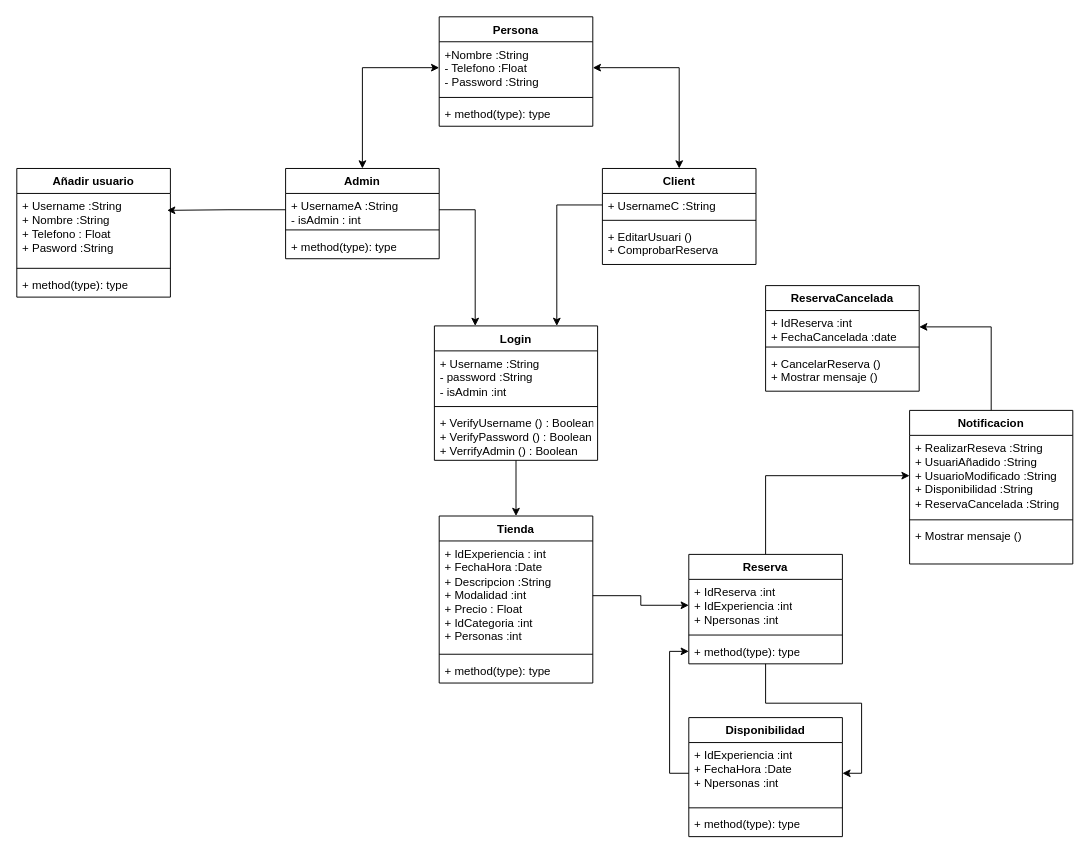
joam6/Sailing_XaJo keeps this draw.io diagram as Diagramas/UML_XaJo.drawio. Above is the earlier version. Source tidied: cells renumbered, new cells numbered last; positions are measured from the earlier drawing's top-left corner, leaving out a move shared by most shapes. Both pictures are drawn from the tidied source at 96%, with x=0, y=0 at pixel (16, 16).
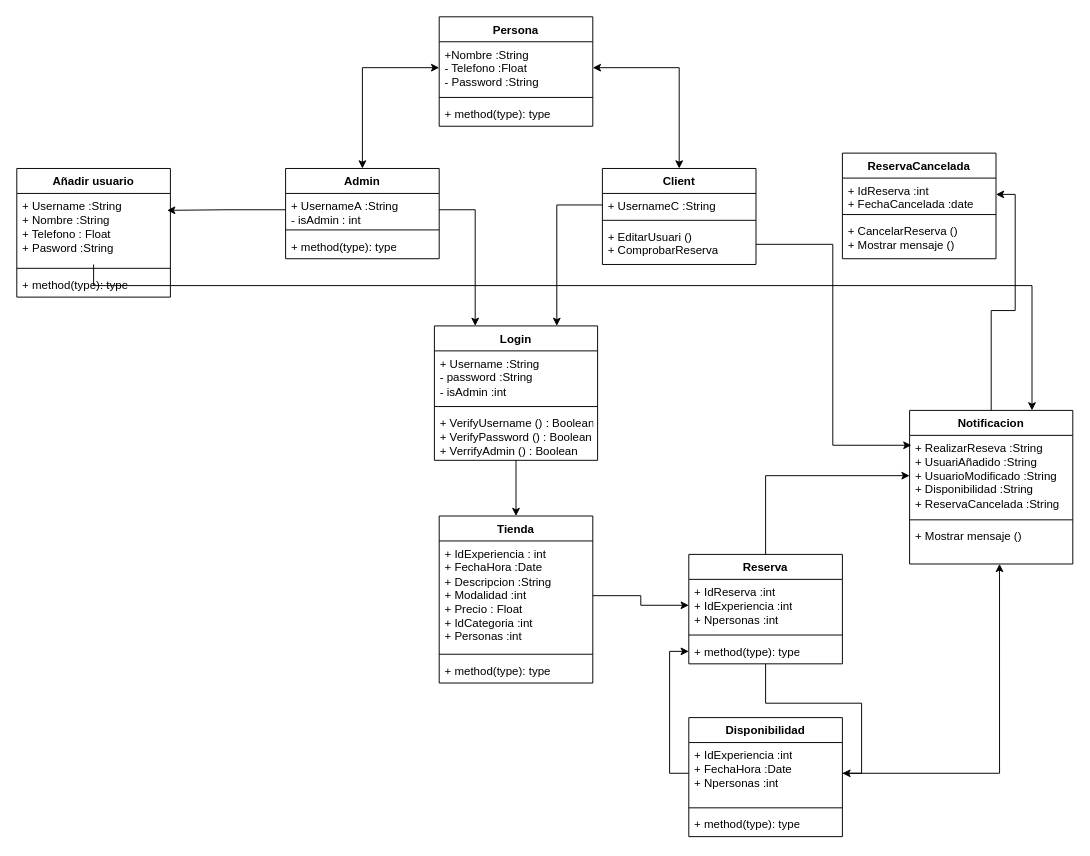
The same page after the edit.

The change refers to these unchanged cells:
```xml
<mxCell id="20" value="+ EditarUsuari ()&lt;br&gt;+ ComprobarReserva&lt;div&gt;&lt;/div&gt;" style="text;strokeColor=none;fillColor=none;align=left;verticalAlign=top;spacingLeft=4;spacingRight=4;overflow=hidden;points=[[0,0.5],[1,0.5]];portConstraint=eastwest;whiteSpace=wrap;html=1;" parent="17" vertex="1">
  <mxGeometry y="58" width="160" height="42" as="geometry" />
</mxCell>
<mxCell id="28" value="Notificacion" style="swimlane;fontStyle=1;align=center;verticalAlign=top;horizontal=1;startSize=26;whiteSpace=wrap;html=1;" parent="1" vertex="1">
  <mxGeometry x="930" y="410" width="170" height="160" as="geometry" />
</mxCell>
<mxCell id="29" value="+ RealizarReseva :String&lt;br&gt;+ UsuariAñadido :String&lt;br&gt;+ UsuarioModificado :String&lt;br&gt;+ Disponibilidad :String&lt;br&gt;+ ReservaCancelada :String" style="text;strokeColor=none;fillColor=none;align=left;verticalAlign=top;spacingLeft=4;spacingRight=4;overflow=hidden;points=[[0,0.5],[1,0.5]];portConstraint=eastwest;whiteSpace=wrap;html=1;" parent="28" vertex="1">
  <mxGeometry y="26" width="170" height="84" as="geometry" />
</mxCell>
<mxCell id="31" value="+ Mostrar mensaje ()" style="text;strokeColor=none;fillColor=none;align=left;verticalAlign=top;spacingLeft=4;spacingRight=4;overflow=hidden;points=[[0,0.5],[1,0.5]];portConstraint=eastwest;whiteSpace=wrap;html=1;" parent="28" vertex="1">
  <mxGeometry y="118" width="170" height="42" as="geometry" />
</mxCell>
<mxCell id="33" value="+ Username :String&lt;br&gt;+ Nombre :String&lt;br&gt;+ Telefono : Float&lt;br&gt;+ Pasword :String" style="text;strokeColor=none;fillColor=none;align=left;verticalAlign=top;spacingLeft=4;spacingRight=4;overflow=hidden;points=[[0,0.5],[1,0.5]];portConstraint=eastwest;whiteSpace=wrap;html=1;" parent="32" vertex="1">
  <mxGeometry y="26" width="160" height="74" as="geometry" />
</mxCell>
<mxCell id="41" value="+ IdExperiencia :int&lt;br&gt;+ Fecha&lt;span style=&quot;background-color: initial;&quot;&gt;Hora :Date&lt;/span&gt;&lt;div&gt;+ Npersonas :int&lt;/div&gt;" style="text;strokeColor=none;fillColor=none;align=left;verticalAlign=top;spacingLeft=4;spacingRight=4;overflow=hidden;points=[[0,0.5],[1,0.5]];portConstraint=eastwest;whiteSpace=wrap;html=1;" parent="40" vertex="1">
  <mxGeometry y="26" width="160" height="64" as="geometry" />
</mxCell>
```

The edit, as a diff of the source:
```diff
@@
     <mxCell id="36" value="ReservaCancelada" style="swimlane;fontStyle=1;align=center;verticalAlign=top;horizontal=1;startSize=26;whiteSpace=wrap;html=1;" parent="1" vertex="1">
-      <mxGeometry x="780" y="280" width="160" height="110" as="geometry" />
+      <mxGeometry x="860" y="142" width="160" height="110" as="geometry" />
     </mxCell>
@@
+    <mxCell id="53" style="edgeStyle=orthogonalEdgeStyle;rounded=0;jettySize=auto;html=1;entryX=0.75;entryY=0;entryDx=0;entryDy=0;" parent="1" edge="1" source="33" target="28">
+      <mxGeometry relative="1" as="geometry">
+        <Array as="points">
+          <mxPoint x="80" y="280" />
+          <mxPoint x="1057" y="280" />
+        </Array>
+      </mxGeometry>
+    </mxCell>
+    <mxCell id="54" style="edgeStyle=orthogonalEdgeStyle;rounded=0;jettySize=auto;html=1;entryX=0.551;entryY=0.997;entryDx=0;entryDy=0;entryPerimeter=0;" parent="1" edge="1" source="41" target="31">
+      <mxGeometry relative="1" as="geometry" />
+    </mxCell>
+    <mxCell id="55" style="edgeStyle=orthogonalEdgeStyle;rounded=0;jettySize=auto;html=1;exitX=1;exitY=0.5;exitDx=0;exitDy=0;entryX=0.011;entryY=0.123;entryDx=0;entryDy=0;entryPerimeter=0;" parent="1" edge="1" source="20" target="29">
+      <mxGeometry relative="1" as="geometry" />
+    </mxCell>
```
